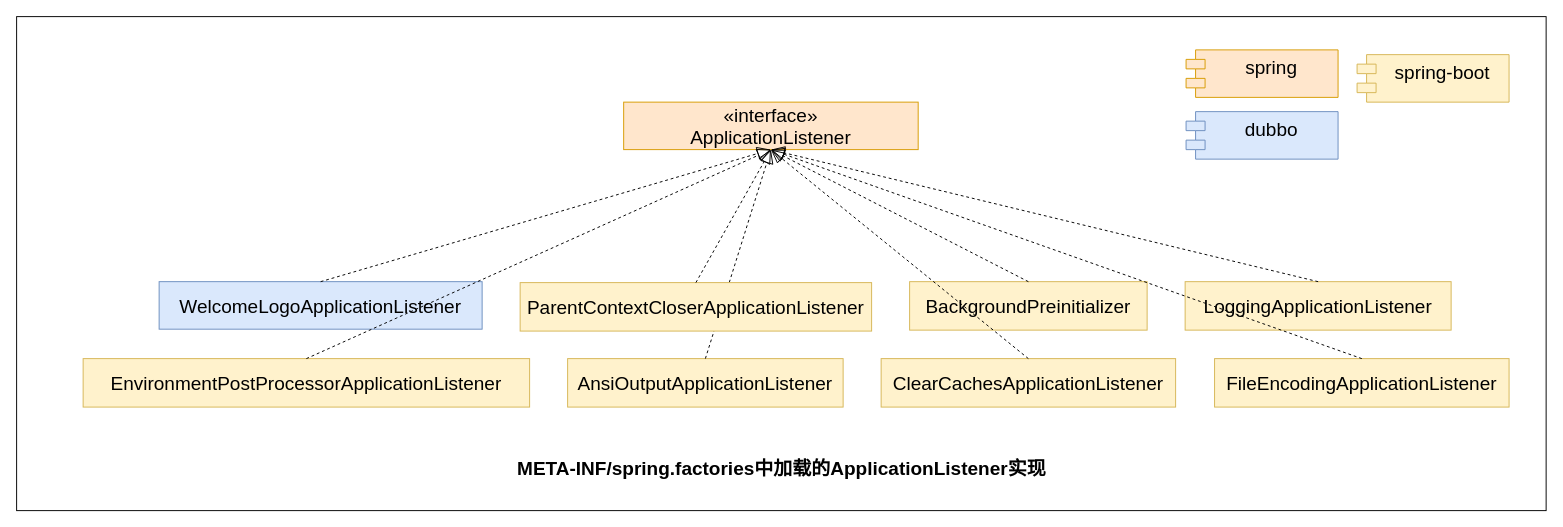
Earlier version of the draw.io diagram dubbo-learning-doc/drawio/源码分析/1_SpringApplication_run方法/资源加载/2_META-INF_spring_factories_ApplicationListener.drawio (czwer/dubbo-learning). Source tidied: cells renumbered, new cells numbered last; positions are measured from the earlier drawing's top-left corner, leaving out a move shared by most shapes. Both pictures are drawn from the tidied source at 95%, with x=0, y=0 at pixel (16, 16).
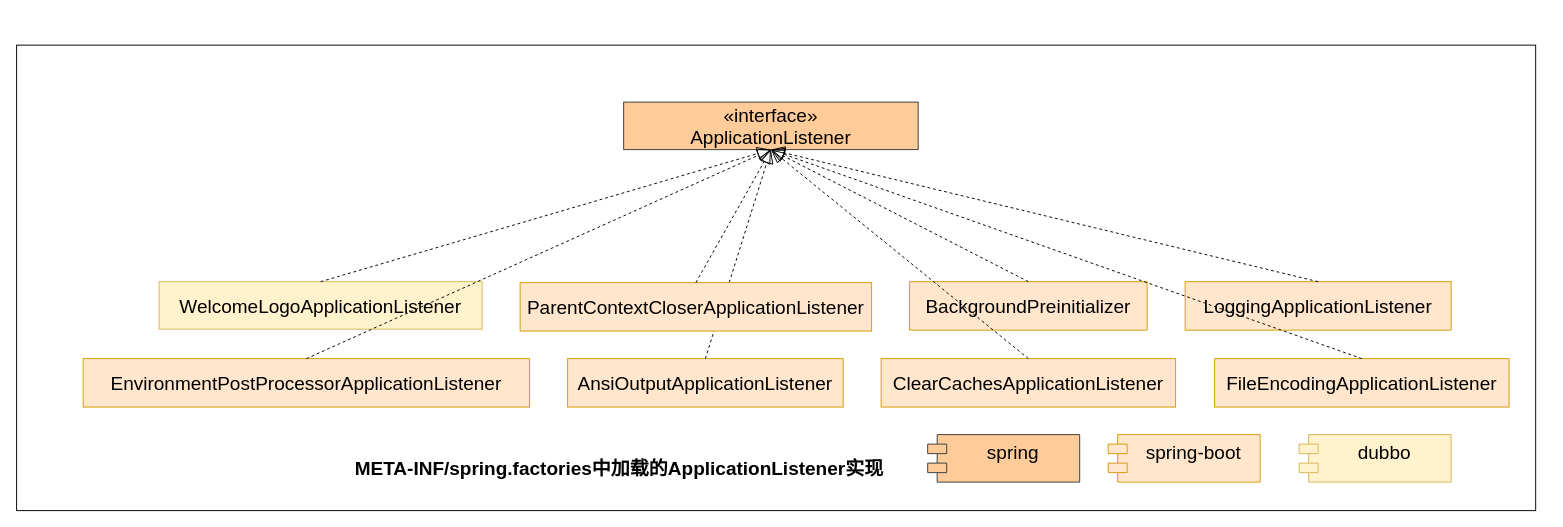
The same diagram, later.

Change to the diagram source:
```diff
@@
     <mxCell id="2" style="rounded=0;whiteSpace=wrap;html=1;" parent="1" vertex="1">
-      <mxGeometry width="1610" height="520" as="geometry" />
+      <mxGeometry y="30" width="1599" height="490" as="geometry" />
     </mxCell>
-    <mxCell id="3" value="&lt;div&gt;EnvironmentPostProcessorApplicationListener&lt;/div&gt;" style="html=1;whiteSpace=wrap;fontSize=20;verticalAlign=middle;align=center;fillColor=#fff2cc;strokeColor=#d6b656;" parent="1" vertex="1">
+    <mxCell id="3" value="&lt;div&gt;EnvironmentPostProcessorApplicationListener&lt;/div&gt;" style="html=1;whiteSpace=wrap;fontSize=20;verticalAlign=middle;align=center;fillColor=#ffe6cc;strokeColor=#d79b00;" parent="1" vertex="1">
       <mxGeometry x="70" y="360" width="470" height="51" as="geometry" />
     </mxCell>
-    <mxCell id="4" value="WelcomeLogoApplicationListener" style="html=1;whiteSpace=wrap;fontSize=20;fillColor=#dae8fc;strokeColor=#6c8ebf;" parent="1" vertex="1">
+    <mxCell id="4" value="WelcomeLogoApplicationListener" style="html=1;whiteSpace=wrap;fontSize=20;fillColor=#fff2cc;strokeColor=#d6b656;" parent="1" vertex="1">
       <mxGeometry x="150" y="279" width="340" height="50" as="geometry" />
     </mxCell>
-    <mxCell id="5" value="spring&lt;div&gt;&lt;br&gt;&lt;/div&gt;" style="shape=module;align=left;spacingLeft=20;align=center;verticalAlign=top;whiteSpace=wrap;html=1;fontSize=20;fillColor=#ffe6cc;strokeColor=#d79b00;" parent="1" vertex="1">
-      <mxGeometry x="1231" y="35" width="160" height="50" as="geometry" />
+    <mxCell id="5" value="spring&lt;div&gt;&lt;br&gt;&lt;/div&gt;" style="shape=module;align=left;spacingLeft=20;align=center;verticalAlign=top;whiteSpace=wrap;html=1;fontSize=20;fillColor=#ffcc99;strokeColor=#36393d;" parent="1" vertex="1">
+      <mxGeometry x="959" y="440" width="160" height="50" as="geometry" />
     </mxCell>
-    <mxCell id="6" value="«interface»&lt;br&gt;ApplicationListener" style="html=1;whiteSpace=wrap;fontSize=20;fontStyle=0;fillColor=#ffe6cc;strokeColor=#d79b00;" parent="1" vertex="1">
+    <mxCell id="6" value="«interface»&lt;br&gt;ApplicationListener" style="html=1;whiteSpace=wrap;fontSize=20;fontStyle=0;fillColor=#ffcc99;strokeColor=#36393d;" parent="1" vertex="1">
       <mxGeometry x="639" y="90" width="310" height="50" as="geometry" />
     </mxCell>
-    <mxCell id="7" value="spring-boot&lt;div&gt;&lt;div&gt;&lt;br&gt;&lt;/div&gt;&lt;/div&gt;" style="shape=module;align=left;spacingLeft=20;align=center;verticalAlign=top;whiteSpace=wrap;html=1;fontSize=20;fillColor=#fff2cc;strokeColor=#d6b656;" parent="1" vertex="1">
-      <mxGeometry x="1411" y="40" width="160" height="50" as="geometry" />
+    <mxCell id="7" value="spring-boot&lt;div&gt;&lt;div&gt;&lt;br&gt;&lt;/div&gt;&lt;/div&gt;" style="shape=module;align=left;spacingLeft=20;align=center;verticalAlign=top;whiteSpace=wrap;html=1;fontSize=20;fillColor=#ffe6cc;strokeColor=#d79b00;" parent="1" vertex="1">
+      <mxGeometry x="1149" y="440" width="160" height="50" as="geometry" />
     </mxCell>
-    <mxCell id="8" value="&lt;div&gt;dubbo&lt;/div&gt;" style="shape=module;align=left;spacingLeft=20;align=center;verticalAlign=top;whiteSpace=wrap;html=1;fontSize=20;fillColor=#dae8fc;strokeColor=#6c8ebf;" parent="1" vertex="1">
-      <mxGeometry x="1231" y="100" width="160" height="50" as="geometry" />
+    <mxCell id="8" value="&lt;div&gt;dubbo&lt;/div&gt;" style="shape=module;align=left;spacingLeft=20;align=center;verticalAlign=top;whiteSpace=wrap;html=1;fontSize=20;fillColor=#fff2cc;strokeColor=#d6b656;" parent="1" vertex="1">
+      <mxGeometry x="1350" y="440" width="160" height="50" as="geometry" />
     </mxCell>
-    <mxCell id="9" value="&lt;div&gt;AnsiOutputApplicationListener&lt;/div&gt;" style="html=1;whiteSpace=wrap;fontSize=20;verticalAlign=middle;align=center;fillColor=#fff2cc;strokeColor=#d6b656;" parent="1" vertex="1">
+    <mxCell id="9" value="&lt;div&gt;AnsiOutputApplicationListener&lt;/div&gt;" style="html=1;whiteSpace=wrap;fontSize=20;verticalAlign=middle;align=center;fillColor=#ffe6cc;strokeColor=#d79b00;" parent="1" vertex="1">
       <mxGeometry x="580" y="360" width="290" height="51" as="geometry" />
     </mxCell>
-    <mxCell id="10" value="&lt;div&gt;BackgroundPreinitializer&lt;/div&gt;" style="html=1;whiteSpace=wrap;fontSize=20;verticalAlign=middle;align=center;fillColor=#fff2cc;strokeColor=#d6b656;" parent="1" vertex="1">
+    <mxCell id="10" value="&lt;div&gt;BackgroundPreinitializer&lt;/div&gt;" style="html=1;whiteSpace=wrap;fontSize=20;verticalAlign=middle;align=center;fillColor=#ffe6cc;strokeColor=#d79b00;" parent="1" vertex="1">
       <mxGeometry x="940" y="279" width="250" height="51" as="geometry" />
     </mxCell>
@@
-    <mxCell id="15" value="&lt;div&gt;ParentContextCloserApplicationListener&lt;/div&gt;" style="html=1;whiteSpace=wrap;fontSize=20;verticalAlign=middle;align=center;fillColor=#fff2cc;strokeColor=#d6b656;" parent="1" vertex="1">
+    <mxCell id="15" value="&lt;div&gt;ParentContextCloserApplicationListener&lt;/div&gt;" style="html=1;whiteSpace=wrap;fontSize=20;verticalAlign=middle;align=center;fillColor=#ffe6cc;strokeColor=#d79b00;" parent="1" vertex="1">
       <mxGeometry x="530" y="280" width="370" height="51" as="geometry" />
     </mxCell>
@@
-    <mxCell id="17" value="&lt;div&gt;LoggingApplicationListener&lt;/div&gt;" style="html=1;whiteSpace=wrap;fontSize=20;verticalAlign=middle;align=center;fillColor=#fff2cc;strokeColor=#d6b656;" parent="1" vertex="1">
+    <mxCell id="17" value="&lt;div&gt;LoggingApplicationListener&lt;/div&gt;" style="html=1;whiteSpace=wrap;fontSize=20;verticalAlign=middle;align=center;fillColor=#ffe6cc;strokeColor=#d79b00;" parent="1" vertex="1">
       <mxGeometry x="1230" y="279" width="280" height="51" as="geometry" />
     </mxCell>
@@
-    <mxCell id="19" value="&lt;div&gt;ClearCachesApplicationListener&lt;/div&gt;" style="html=1;whiteSpace=wrap;fontSize=20;verticalAlign=middle;align=center;fillColor=#fff2cc;strokeColor=#d6b656;" parent="1" vertex="1">
+    <mxCell id="19" value="&lt;div&gt;ClearCachesApplicationListener&lt;/div&gt;" style="html=1;whiteSpace=wrap;fontSize=20;verticalAlign=middle;align=center;fillColor=#ffe6cc;strokeColor=#d79b00;" parent="1" vertex="1">
       <mxGeometry x="910" y="360" width="310" height="51" as="geometry" />
     </mxCell>
@@
-    <mxCell id="21" value="&lt;div&gt;FileEncodingApplicationListener&lt;/div&gt;" style="html=1;whiteSpace=wrap;fontSize=20;verticalAlign=middle;align=center;fillColor=#fff2cc;strokeColor=#d6b656;" parent="1" vertex="1">
+    <mxCell id="21" value="&lt;div&gt;FileEncodingApplicationListener&lt;/div&gt;" style="html=1;whiteSpace=wrap;fontSize=20;verticalAlign=middle;align=center;fillColor=#ffe6cc;strokeColor=#d79b00;" parent="1" vertex="1">
       <mxGeometry x="1261" y="360" width="310" height="51" as="geometry" />
     </mxCell>
@@
     <mxCell id="23" value="META-INF/spring.factories中加载的&lt;span style=&quot;&quot;&gt;ApplicationListener&lt;/span&gt;实现" style="text;html=1;align=center;verticalAlign=middle;whiteSpace=wrap;rounded=0;fontSize=20;fontStyle=1;" parent="1" vertex="1">
-      <mxGeometry x="499.6" y="460" width="610.8" height="30" as="geometry" />
+      <mxGeometry x="329.2" y="460" width="610.8" height="30" as="geometry" />
     </mxCell>
```
